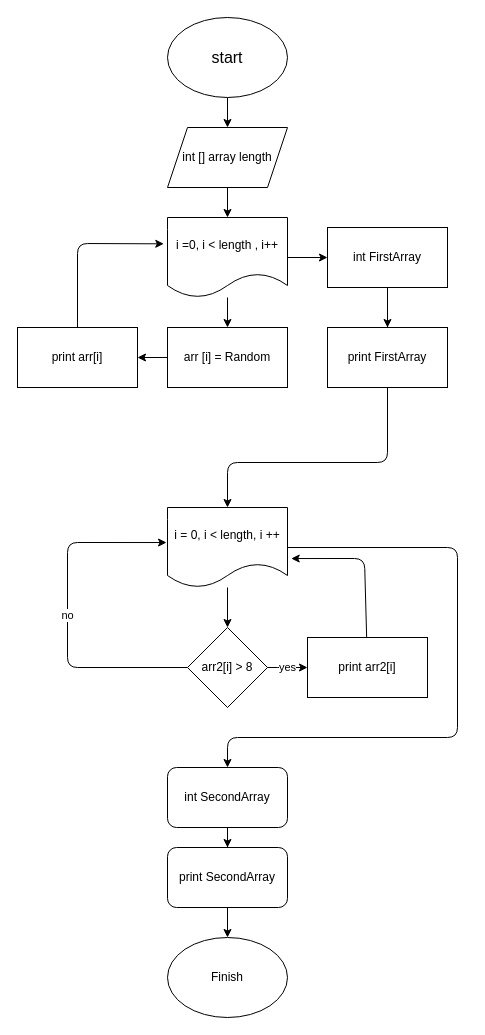
Before: practicum.drawio in hott22/Practicum, a draw.io diagram. Source tidied: cells renumbered, new cells numbered last; positions are measured from the earlier drawing's top-left corner, leaving out a move shared by most shapes. Both pictures are drawn from the tidied source at 100%, with x=0, y=0 at pixel (17, 17).
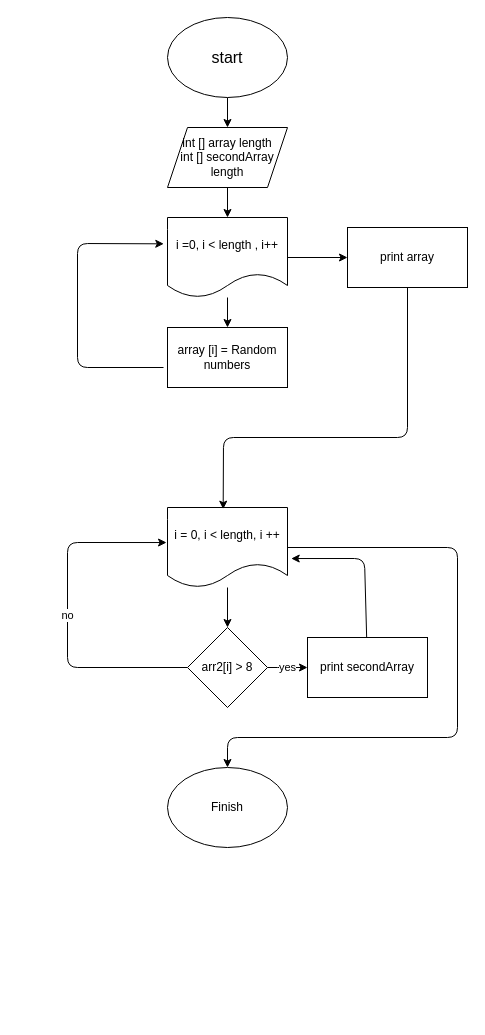
The same diagram, later.

The change refers to these unchanged cells:
```xml
<mxCell id="8" value="i =0, i &amp;lt; length , i++" style="shape=document;whiteSpace=wrap;html=1;boundedLbl=1;" parent="1" vertex="1">
  <mxGeometry x="150" y="200" width="120" height="80" as="geometry" />
</mxCell>
<mxCell id="18" value="i = 0, i &amp;lt; length, i ++" style="shape=document;whiteSpace=wrap;html=1;boundedLbl=1;" parent="1" vertex="1">
  <mxGeometry x="150" y="490" width="120" height="80" as="geometry" />
</mxCell>
```

What changed in the source:
```diff
@@
-    <mxCell id="5" value="int [] array length" style="shape=parallelogram;perimeter=parallelogramPerimeter;whiteSpace=wrap;html=1;fixedSize=1;" parent="1" vertex="1">
+    <mxCell id="5" value="int [] array length&lt;br&gt;int [] secondArray length" style="shape=parallelogram;perimeter=parallelogramPerimeter;whiteSpace=wrap;html=1;fixedSize=1;" parent="1" vertex="1">
       <mxGeometry x="150" y="110" width="120" height="60" as="geometry" />
     </mxCell>
@@
-    <mxCell id="7" style="edgeStyle=none;html=1;" parent="1" edge="1" source="8" target="15">
+    <mxCell id="7" style="edgeStyle=none;html=1;entryX=0;entryY=0.5;entryDx=0;entryDy=0;" parent="1" edge="1" source="8" target="28">
       <mxGeometry relative="1" as="geometry" />
     </mxCell>
@@
-    <mxCell id="9" style="edgeStyle=none;html=1;entryX=1;entryY=0.5;entryDx=0;entryDy=0;" parent="1" edge="1" source="10" target="12">
-      <mxGeometry relative="1" as="geometry" />
-    </mxCell>
-    <mxCell id="10" value="arr [i] = Random" style="rounded=0;whiteSpace=wrap;html=1;" parent="1" vertex="1">
+    <mxCell id="10" value="array [i] = Random numbers" style="rounded=0;whiteSpace=wrap;html=1;" parent="1" vertex="1">
       <mxGeometry x="150" y="310" width="120" height="60" as="geometry" />
     </mxCell>
-    <mxCell id="11" style="edgeStyle=none;html=1;entryX=-0.031;entryY=0.329;entryDx=0;entryDy=0;entryPerimeter=0;" parent="1" edge="1" source="12" target="8">
+    <mxCell id="11" style="edgeStyle=none;html=1;entryX=-0.031;entryY=0.329;entryDx=0;entryDy=0;entryPerimeter=0;" parent="1" edge="1" target="8">
       <mxGeometry relative="1" as="geometry">
+        <mxPoint x="146" y="350" as="sourcePoint" />
         <Array as="points">
+          <mxPoint x="60" y="350" />
           <mxPoint x="60" y="226" />
         </Array>
       </mxGeometry>
     </mxCell>
-    <mxCell id="12" value="print arr[i]" style="rounded=0;whiteSpace=wrap;html=1;" parent="1" vertex="1">
-      <mxGeometry y="310" width="120" height="60" as="geometry" />
-    </mxCell>
-    <mxCell id="13" style="edgeStyle=none;html=1;entryX=0.5;entryY=0;entryDx=0;entryDy=0;" parent="1" edge="1" source="15" target="18">
-      <mxGeometry relative="1" as="geometry">
-        <Array as="points">
-          <mxPoint x="370" y="445" />
-          <mxPoint x="210" y="445" />
-        </Array>
-      </mxGeometry>
-    </mxCell>
-    <mxCell id="14" style="edgeStyle=none;html=1;entryX=0.5;entryY=0;entryDx=0;entryDy=0;" parent="1" edge="1" source="15" target="28">
-      <mxGeometry relative="1" as="geometry" />
-    </mxCell>
-    <mxCell id="15" value="int FirstArray" style="rounded=0;whiteSpace=wrap;html=1;" parent="1" vertex="1">
-      <mxGeometry x="310" y="210" width="120" height="60" as="geometry" />
-    </mxCell>
@@
-    <mxCell id="17" style="edgeStyle=none;html=1;entryX=0.5;entryY=0;entryDx=0;entryDy=0;" parent="1" edge="1" source="18" target="26">
+    <mxCell id="17" style="edgeStyle=none;html=1;entryX=0.5;entryY=0;entryDx=0;entryDy=0;" parent="1" edge="1" source="18">
       <mxGeometry relative="1" as="geometry">
+        <mxPoint x="210" y="750" as="targetPoint" />
         <Array as="points">
           <mxPoint x="440" y="530" />
           <mxPoint x="440" y="720" />
           <mxPoint x="210" y="720" />
         </Array>
       </mxGeometry>
     </mxCell>
@@
-    <mxCell id="23" value="&lt;span&gt;print arr2[i]&lt;/span&gt;" style="rounded=0;whiteSpace=wrap;html=1;" parent="1" vertex="1">
+    <mxCell id="23" value="&lt;span&gt;print secondArray&lt;/span&gt;" style="rounded=0;whiteSpace=wrap;html=1;" parent="1" vertex="1">
       <mxGeometry x="290" y="620" width="120" height="60" as="geometry" />
     </mxCell>
-    <mxCell id="24" style="edgeStyle=none;html=1;entryX=0.5;entryY=0;entryDx=0;entryDy=0;" parent="1" edge="1" source="26" target="27">
-      <mxGeometry relative="1" as="geometry" />
-    </mxCell>
-    <mxCell id="25" style="edgeStyle=none;html=1;" parent="1" edge="1" source="26">
-      <mxGeometry relative="1" as="geometry">
-        <mxPoint x="210" y="830" as="targetPoint" />
-      </mxGeometry>
-    </mxCell>
-    <mxCell id="26" value="int SecondArray" style="rounded=1;whiteSpace=wrap;html=1;" parent="1" vertex="1">
-      <mxGeometry x="150" y="750" width="120" height="60" as="geometry" />
-    </mxCell>
     <mxCell id="27" value="Finish" style="ellipse;whiteSpace=wrap;html=1;" parent="1" vertex="1">
-      <mxGeometry x="150" y="920" width="120" height="80" as="geometry" />
+      <mxGeometry x="150" y="750" width="120" height="80" as="geometry" />
     </mxCell>
+    <mxCell id="30" style="edgeStyle=none;html=1;entryX=0.464;entryY=0.021;entryDx=0;entryDy=0;entryPerimeter=0;" parent="1" edge="1" source="28" target="18">
+      <mxGeometry relative="1" as="geometry">
+        <Array as="points">
+          <mxPoint x="390" y="420" />
+          <mxPoint x="206" y="420" />
+        </Array>
+      </mxGeometry>
+    </mxCell>
-    <mxCell id="28" value="print FirstArray" style="rounded=0;whiteSpace=wrap;html=1;" parent="1" vertex="1">
-      <mxGeometry x="310" y="310" width="120" height="60" as="geometry" />
+    <mxCell id="28" value="print array" style="rounded=0;whiteSpace=wrap;html=1;" parent="1" vertex="1">
+      <mxGeometry x="330" y="210" width="120" height="60" as="geometry" />
     </mxCell>
-    <mxCell id="29" value="print SecondArray" style="rounded=1;whiteSpace=wrap;html=1;" parent="1" vertex="1">
-      <mxGeometry x="150" y="830" width="120" height="60" as="geometry" />
-    </mxCell>
```
